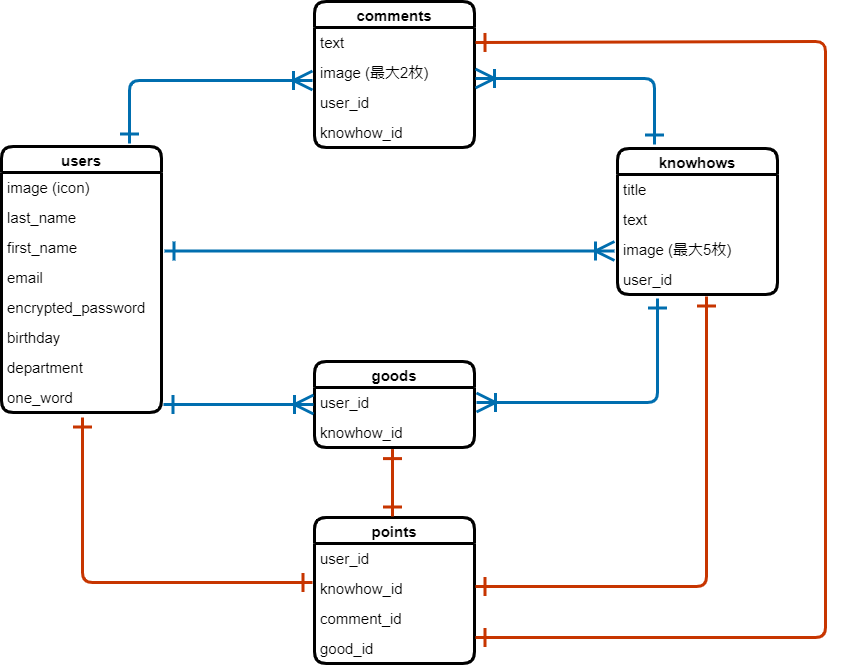
The draw.io diagram howto_share_db.png in Ninoyanen/Howto_Share, before a commit. Source tidied: cells renumbered, new cells last; positions are measured from the earlier drawing's top-left corner, leaving out a move shared by most shapes.
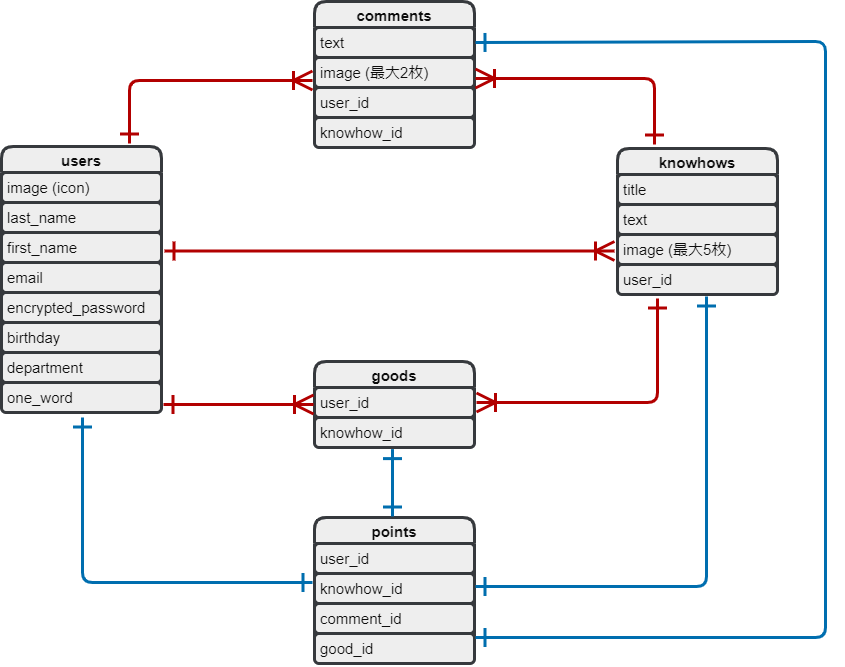
The same diagram one commit later.

What changed in the source:
```diff
@@ -2,94 +2,94 @@
   <root>
     <mxCell id="0" />
     <mxCell id="1" parent="0" />
-    <mxCell id="2" value="users" style="swimlane;fontStyle=1;horizontal=1;startSize=26;align=center;fontSize=15;strokeWidth=3;rounded=1;" parent="1" vertex="1">
+    <mxCell id="2" value="users" style="swimlane;fontStyle=1;horizontal=1;startSize=26;align=center;fontSize=15;strokeWidth=3;rounded=1;fillColor=#eeeeee;strokeColor=#36393d;fontColor=#0d0d0d;" parent="1" vertex="1">
       <mxGeometry y="145" width="160" height="266" as="geometry" />
     </mxCell>
-    <mxCell id="3" value="image (icon)" style="text;strokeColor=none;fillColor=none;spacingLeft=4;spacingRight=4;overflow=hidden;fontSize=15;strokeWidth=3;rounded=1;" parent="2" vertex="1">
+    <mxCell id="3" value="image (icon)" style="text;strokeColor=#36393d;fillColor=#eeeeee;spacingLeft=4;spacingRight=4;overflow=hidden;fontSize=15;strokeWidth=3;rounded=1;fontColor=#0d0d0d;" parent="2" vertex="1">
       <mxGeometry y="26" width="160" height="30" as="geometry" />
     </mxCell>
-    <mxCell id="4" value="last_name" style="text;strokeColor=none;fillColor=none;spacingLeft=4;spacingRight=4;overflow=hidden;fontSize=15;strokeWidth=3;rounded=1;" parent="2" vertex="1">
+    <mxCell id="4" value="last_name" style="text;strokeColor=#36393d;fillColor=#eeeeee;spacingLeft=4;spacingRight=4;overflow=hidden;fontSize=15;strokeWidth=3;rounded=1;fontColor=#0d0d0d;" parent="2" vertex="1">
       <mxGeometry y="56" width="160" height="30" as="geometry" />
     </mxCell>
-    <mxCell id="5" value="first_name" style="text;strokeColor=none;fillColor=none;spacingLeft=4;spacingRight=4;overflow=hidden;fontSize=15;strokeWidth=3;rounded=1;" parent="2" vertex="1">
+    <mxCell id="5" value="first_name" style="text;strokeColor=#36393d;fillColor=#eeeeee;spacingLeft=4;spacingRight=4;overflow=hidden;fontSize=15;strokeWidth=3;rounded=1;fontColor=#0d0d0d;" parent="2" vertex="1">
       <mxGeometry y="86" width="160" height="30" as="geometry" />
     </mxCell>
-    <mxCell id="6" value="email" style="text;strokeColor=none;fillColor=none;spacingLeft=4;spacingRight=4;overflow=hidden;fontSize=15;strokeWidth=3;rounded=1;" parent="2" vertex="1">
+    <mxCell id="6" value="email" style="text;strokeColor=#36393d;fillColor=#eeeeee;spacingLeft=4;spacingRight=4;overflow=hidden;fontSize=15;strokeWidth=3;rounded=1;fontColor=#0d0d0d;" parent="2" vertex="1">
       <mxGeometry y="116" width="160" height="30" as="geometry" />
     </mxCell>
-    <mxCell id="7" value="encrypted_password" style="text;strokeColor=none;fillColor=none;spacingLeft=4;spacingRight=4;overflow=hidden;fontSize=15;strokeWidth=3;rounded=1;" parent="2" vertex="1">
+    <mxCell id="7" value="encrypted_password" style="text;strokeColor=#36393d;fillColor=#eeeeee;spacingLeft=4;spacingRight=4;overflow=hidden;fontSize=15;strokeWidth=3;rounded=1;fontColor=#0d0d0d;" parent="2" vertex="1">
       <mxGeometry y="146" width="160" height="30" as="geometry" />
     </mxCell>
-    <mxCell id="8" value="birthday" style="text;strokeColor=none;fillColor=none;spacingLeft=4;spacingRight=4;overflow=hidden;fontSize=15;strokeWidth=3;rounded=1;" parent="2" vertex="1">
+    <mxCell id="8" value="birthday" style="text;strokeColor=#36393d;fillColor=#eeeeee;spacingLeft=4;spacingRight=4;overflow=hidden;fontSize=15;strokeWidth=3;rounded=1;fontColor=#0d0d0d;" parent="2" vertex="1">
       <mxGeometry y="176" width="160" height="30" as="geometry" />
     </mxCell>
-    <mxCell id="9" value="department" style="text;strokeColor=none;fillColor=none;spacingLeft=4;spacingRight=4;overflow=hidden;fontSize=15;strokeWidth=3;rounded=1;" parent="2" vertex="1">
+    <mxCell id="9" value="department" style="text;strokeColor=#36393d;fillColor=#eeeeee;spacingLeft=4;spacingRight=4;overflow=hidden;fontSize=15;strokeWidth=3;rounded=1;fontColor=#0d0d0d;" parent="2" vertex="1">
       <mxGeometry y="206" width="160" height="30" as="geometry" />
     </mxCell>
-    <mxCell id="10" value="one_word" style="text;strokeColor=none;fillColor=none;spacingLeft=4;spacingRight=4;overflow=hidden;fontSize=15;strokeWidth=3;rounded=1;" parent="2" vertex="1">
+    <mxCell id="10" value="one_word" style="text;strokeColor=#36393d;fillColor=#eeeeee;spacingLeft=4;spacingRight=4;overflow=hidden;fontSize=15;strokeWidth=3;rounded=1;fontColor=#0d0d0d;" parent="2" vertex="1">
       <mxGeometry y="236" width="160" height="30" as="geometry" />
     </mxCell>
-    <mxCell id="11" value="knowhows" style="swimlane;fontStyle=1;horizontal=1;startSize=26;align=center;fontSize=15;strokeWidth=3;rounded=1;" parent="1" vertex="1">
+    <mxCell id="11" value="knowhows" style="swimlane;fontStyle=1;horizontal=1;startSize=26;align=center;fontSize=15;strokeWidth=3;rounded=1;fillColor=#eeeeee;strokeColor=#36393d;fontColor=#0d0d0d;" parent="1" vertex="1">
       <mxGeometry x="616" y="147" width="160" height="146" as="geometry" />
     </mxCell>
-    <mxCell id="12" value="title" style="text;strokeColor=none;fillColor=none;spacingLeft=4;spacingRight=4;overflow=hidden;fontSize=15;strokeWidth=3;rounded=1;" parent="11" vertex="1">
+    <mxCell id="12" value="title" style="text;strokeColor=#36393d;fillColor=#eeeeee;spacingLeft=4;spacingRight=4;overflow=hidden;fontSize=15;strokeWidth=3;rounded=1;fontColor=#0d0d0d;" parent="11" vertex="1">
       <mxGeometry y="26" width="160" height="30" as="geometry" />
     </mxCell>
-    <mxCell id="13" value="text" style="text;strokeColor=none;fillColor=none;spacingLeft=4;spacingRight=4;overflow=hidden;fontSize=15;strokeWidth=3;rounded=1;" parent="11" vertex="1">
+    <mxCell id="13" value="text" style="text;strokeColor=#36393d;fillColor=#eeeeee;spacingLeft=4;spacingRight=4;overflow=hidden;fontSize=15;strokeWidth=3;rounded=1;fontColor=#0d0d0d;" parent="11" vertex="1">
       <mxGeometry y="56" width="160" height="30" as="geometry" />
     </mxCell>
-    <mxCell id="14" value="image (最大5枚)" style="text;strokeColor=none;fillColor=none;spacingLeft=4;spacingRight=4;overflow=hidden;fontSize=15;strokeWidth=3;rounded=1;" parent="11" vertex="1">
+    <mxCell id="14" value="image (最大5枚)" style="text;strokeColor=#36393d;fillColor=#eeeeee;spacingLeft=4;spacingRight=4;overflow=hidden;fontSize=15;strokeWidth=3;rounded=1;fontColor=#0d0d0d;" parent="11" vertex="1">
       <mxGeometry y="86" width="160" height="30" as="geometry" />
     </mxCell>
-    <mxCell id="15" value="user_id" style="text;strokeColor=none;fillColor=none;spacingLeft=4;spacingRight=4;overflow=hidden;fontSize=15;strokeWidth=3;rounded=1;" parent="11" vertex="1">
+    <mxCell id="15" value="user_id" style="text;strokeColor=#36393d;fillColor=#eeeeee;spacingLeft=4;spacingRight=4;overflow=hidden;fontSize=15;strokeWidth=3;rounded=1;fontColor=#0d0d0d;" parent="11" vertex="1">
       <mxGeometry y="116" width="160" height="30" as="geometry" />
     </mxCell>
-    <mxCell id="16" value="comments" style="swimlane;fontStyle=1;horizontal=1;startSize=26;align=center;fontSize=15;strokeWidth=3;rounded=1;" parent="1" vertex="1">
+    <mxCell id="16" value="comments" style="swimlane;fontStyle=1;horizontal=1;startSize=26;align=center;fontSize=15;strokeWidth=3;rounded=1;fillColor=#eeeeee;strokeColor=#36393d;fontColor=#0d0d0d;" parent="1" vertex="1">
       <mxGeometry x="313" width="160" height="146" as="geometry" />
     </mxCell>
-    <mxCell id="17" value="text" style="text;strokeColor=none;fillColor=none;spacingLeft=4;spacingRight=4;overflow=hidden;fontSize=15;strokeWidth=3;rounded=1;" parent="16" vertex="1">
+    <mxCell id="17" value="text" style="text;strokeColor=#36393d;fillColor=#eeeeee;spacingLeft=4;spacingRight=4;overflow=hidden;fontSize=15;strokeWidth=3;rounded=1;fontColor=#0d0d0d;" parent="16" vertex="1">
       <mxGeometry y="26" width="160" height="30" as="geometry" />
     </mxCell>
-    <mxCell id="18" value="image (最大2枚)" style="text;strokeColor=none;fillColor=none;spacingLeft=4;spacingRight=4;overflow=hidden;fontSize=15;strokeWidth=3;rounded=1;" parent="16" vertex="1">
+    <mxCell id="18" value="image (最大2枚)" style="text;strokeColor=#36393d;fillColor=#eeeeee;spacingLeft=4;spacingRight=4;overflow=hidden;fontSize=15;strokeWidth=3;rounded=1;fontColor=#0d0d0d;" parent="16" vertex="1">
       <mxGeometry y="56" width="160" height="30" as="geometry" />
     </mxCell>
-    <mxCell id="19" value="user_id" style="text;strokeColor=none;fillColor=none;spacingLeft=4;spacingRight=4;overflow=hidden;fontSize=15;strokeWidth=3;rounded=1;" parent="16" vertex="1">
+    <mxCell id="19" value="user_id" style="text;strokeColor=#36393d;fillColor=#eeeeee;spacingLeft=4;spacingRight=4;overflow=hidden;fontSize=15;strokeWidth=3;rounded=1;fontColor=#0d0d0d;" parent="16" vertex="1">
       <mxGeometry y="86" width="160" height="30" as="geometry" />
     </mxCell>
-    <mxCell id="20" value="knowhow_id" style="text;strokeColor=none;fillColor=none;spacingLeft=4;spacingRight=4;overflow=hidden;fontSize=15;strokeWidth=3;rounded=1;" parent="16" vertex="1">
+    <mxCell id="20" value="knowhow_id" style="text;strokeColor=#36393d;fillColor=#eeeeee;spacingLeft=4;spacingRight=4;overflow=hidden;fontSize=15;strokeWidth=3;rounded=1;fontColor=#0d0d0d;" parent="16" vertex="1">
       <mxGeometry y="116" width="160" height="30" as="geometry" />
     </mxCell>
-    <mxCell id="21" value="goods" style="swimlane;fontStyle=1;horizontal=1;startSize=26;align=center;fontSize=15;strokeWidth=3;rounded=1;" parent="1" vertex="1">
+    <mxCell id="21" value="goods" style="swimlane;fontStyle=1;horizontal=1;startSize=26;align=center;fontSize=15;strokeWidth=3;rounded=1;fillColor=#eeeeee;strokeColor=#36393d;fontColor=#0d0d0d;" parent="1" vertex="1">
       <mxGeometry x="313" y="360" width="160" height="86" as="geometry" />
     </mxCell>
-    <mxCell id="22" value="user_id" style="text;strokeColor=none;fillColor=none;spacingLeft=4;spacingRight=4;overflow=hidden;fontSize=15;strokeWidth=3;rounded=1;" parent="21" vertex="1">
+    <mxCell id="22" value="user_id" style="text;strokeColor=#36393d;fillColor=#eeeeee;spacingLeft=4;spacingRight=4;overflow=hidden;fontSize=15;strokeWidth=3;rounded=1;fontColor=#0d0d0d;" parent="21" vertex="1">
       <mxGeometry y="26" width="160" height="30" as="geometry" />
     </mxCell>
-    <mxCell id="23" value="knowhow_id" style="text;strokeColor=none;fillColor=none;spacingLeft=4;spacingRight=4;overflow=hidden;fontSize=15;strokeWidth=3;rounded=1;" parent="21" vertex="1">
+    <mxCell id="23" value="knowhow_id" style="text;strokeColor=#36393d;fillColor=#eeeeee;spacingLeft=4;spacingRight=4;overflow=hidden;fontSize=15;strokeWidth=3;rounded=1;fontColor=#0d0d0d;" parent="21" vertex="1">
       <mxGeometry y="56" width="160" height="30" as="geometry" />
     </mxCell>
-    <mxCell id="24" value="points" style="swimlane;fontStyle=1;horizontal=1;startSize=26;align=center;fontSize=15;strokeWidth=3;rounded=1;" parent="1" vertex="1">
+    <mxCell id="24" value="points" style="swimlane;fontStyle=1;horizontal=1;startSize=26;align=center;fontSize=15;strokeWidth=3;rounded=1;fillColor=#eeeeee;strokeColor=#36393d;fontColor=#0d0d0d;" parent="1" vertex="1">
       <mxGeometry x="313" y="516" width="160" height="146" as="geometry" />
     </mxCell>
-    <mxCell id="25" value="user_id " style="text;strokeColor=none;fillColor=none;spacingLeft=4;spacingRight=4;overflow=hidden;fontSize=15;strokeWidth=3;rounded=1;" parent="24" vertex="1">
+    <mxCell id="25" value="user_id " style="text;strokeColor=#36393d;fillColor=#eeeeee;spacingLeft=4;spacingRight=4;overflow=hidden;fontSize=15;strokeWidth=3;rounded=1;fontColor=#0d0d0d;" parent="24" vertex="1">
       <mxGeometry y="26" width="160" height="30" as="geometry" />
     </mxCell>
-    <mxCell id="26" value="knowhow_id" style="text;strokeColor=none;fillColor=none;spacingLeft=4;spacingRight=4;overflow=hidden;fontSize=15;strokeWidth=3;rounded=1;" parent="24" vertex="1">
+    <mxCell id="26" value="knowhow_id" style="text;strokeColor=#36393d;fillColor=#eeeeee;spacingLeft=4;spacingRight=4;overflow=hidden;fontSize=15;strokeWidth=3;rounded=1;fontColor=#0d0d0d;" parent="24" vertex="1">
       <mxGeometry y="56" width="160" height="30" as="geometry" />
     </mxCell>
-    <mxCell id="27" value="comment_id" style="text;strokeColor=none;fillColor=none;spacingLeft=4;spacingRight=4;overflow=hidden;fontSize=15;strokeWidth=3;rounded=1;" parent="24" vertex="1">
+    <mxCell id="27" value="comment_id" style="text;strokeColor=#36393d;fillColor=#eeeeee;spacingLeft=4;spacingRight=4;overflow=hidden;fontSize=15;strokeWidth=3;rounded=1;fontColor=#0d0d0d;" parent="24" vertex="1">
       <mxGeometry y="86" width="160" height="30" as="geometry" />
     </mxCell>
-    <mxCell id="28" value="good_id" style="text;strokeColor=none;fillColor=none;spacingLeft=4;spacingRight=4;overflow=hidden;fontSize=15;strokeWidth=3;rounded=1;" parent="24" vertex="1">
+    <mxCell id="28" value="good_id" style="text;strokeColor=#36393d;fillColor=#eeeeee;spacingLeft=4;spacingRight=4;overflow=hidden;fontSize=15;strokeWidth=3;rounded=1;fontColor=#0d0d0d;" parent="24" vertex="1">
       <mxGeometry y="116" width="160" height="30" as="geometry" />
     </mxCell>
-    <mxCell id="29" style="fontSize=15;html=1;endArrow=ERoneToMany;strokeWidth=3;endSize=15;startSize=15;targetPerimeterSpacing=0;startArrow=ERone;startFill=0;fillColor=#1ba1e2;strokeColor=#006EAF;" parent="1" edge="1">
+    <mxCell id="29" style="fontSize=15;html=1;endArrow=ERoneToMany;strokeWidth=3;endSize=15;startSize=15;targetPerimeterSpacing=0;startArrow=ERone;startFill=0;fillColor=#e51400;strokeColor=#B20000;fontColor=#0d0d0d;" parent="1" edge="1">
       <mxGeometry relative="1" as="geometry">
         <mxPoint x="162" y="403" as="sourcePoint" />
         <mxPoint x="312" y="403" as="targetPoint" />
       </mxGeometry>
     </mxCell>
-    <mxCell id="30" style="fontSize=15;html=1;endArrow=ERoneToMany;edgeStyle=orthogonalEdgeStyle;strokeWidth=3;endSize=15;startSize=15;targetPerimeterSpacing=0;startArrow=ERone;startFill=0;fillColor=#1ba1e2;strokeColor=#006EAF;" parent="1" edge="1">
+    <mxCell id="30" style="fontSize=15;html=1;endArrow=ERoneToMany;edgeStyle=orthogonalEdgeStyle;strokeWidth=3;endSize=15;startSize=15;targetPerimeterSpacing=0;startArrow=ERone;startFill=0;fillColor=#e51400;strokeColor=#B20000;fontColor=#0d0d0d;" parent="1" edge="1">
       <mxGeometry relative="1" as="geometry">
         <mxPoint x="656" y="297" as="sourcePoint" />
         <mxPoint x="475" y="401" as="targetPoint" />
@@ -99,13 +99,13 @@
         </Array>
       </mxGeometry>
     </mxCell>
-    <mxCell id="31" style="fontSize=15;html=1;endArrow=ERoneToMany;fontStyle=0;strokeWidth=3;startArrow=ERone;startFill=0;endSize=15;startSize=15;targetPerimeterSpacing=0;fillColor=#1ba1e2;strokeColor=#006EAF;" parent="1" edge="1">
+    <mxCell id="31" style="fontSize=15;html=1;endArrow=ERoneToMany;fontStyle=0;strokeWidth=3;startArrow=ERone;startFill=0;endSize=15;startSize=15;targetPerimeterSpacing=0;fillColor=#e51400;strokeColor=#B20000;fontColor=#0d0d0d;" parent="1" edge="1">
       <mxGeometry relative="1" as="geometry">
         <mxPoint x="163" y="249.5" as="sourcePoint" />
         <mxPoint x="613" y="249.5" as="targetPoint" />
       </mxGeometry>
     </mxCell>
-    <mxCell id="32" style="fontSize=15;html=1;endArrow=ERoneToMany;edgeStyle=orthogonalEdgeStyle;strokeWidth=3;endSize=15;startSize=15;targetPerimeterSpacing=0;startArrow=ERone;startFill=0;fillColor=#1ba1e2;strokeColor=#006EAF;" parent="1" edge="1">
+    <mxCell id="32" style="fontSize=15;html=1;endArrow=ERoneToMany;edgeStyle=orthogonalEdgeStyle;strokeWidth=3;endSize=15;startSize=15;targetPerimeterSpacing=0;startArrow=ERone;startFill=0;fillColor=#e51400;strokeColor=#B20000;fontColor=#0d0d0d;" parent="1" edge="1">
       <mxGeometry relative="1" as="geometry">
         <mxPoint x="128" y="142" as="sourcePoint" />
         <mxPoint x="311" y="79" as="targetPoint" />
@@ -115,7 +115,7 @@
         </Array>
       </mxGeometry>
     </mxCell>
-    <mxCell id="33" style="fontSize=15;html=1;endArrow=ERoneToMany;edgeStyle=orthogonalEdgeStyle;strokeWidth=3;endSize=15;startSize=15;targetPerimeterSpacing=0;startArrow=ERone;startFill=0;fillColor=#1ba1e2;strokeColor=#006EAF;" parent="1" edge="1">
+    <mxCell id="33" style="fontSize=15;html=1;endArrow=ERoneToMany;edgeStyle=orthogonalEdgeStyle;strokeWidth=3;endSize=15;startSize=15;targetPerimeterSpacing=0;startArrow=ERone;startFill=0;fillColor=#e51400;strokeColor=#B20000;fontColor=#0d0d0d;" parent="1" edge="1">
       <mxGeometry relative="1" as="geometry">
         <mxPoint x="653" y="143" as="sourcePoint" />
         <mxPoint x="474" y="77" as="targetPoint" />
@@ -124,7 +124,7 @@
         </Array>
       </mxGeometry>
     </mxCell>
-    <mxCell id="34" style="edgeStyle=orthogonalEdgeStyle;fontSize=15;html=1;endArrow=ERone;startArrow=ERone;strokeWidth=3;startSize=15;endSize=15;targetPerimeterSpacing=0;elbow=vertical;startFill=0;endFill=0;fillColor=#fa6800;strokeColor=#C73500;" parent="1" edge="1">
+    <mxCell id="34" style="edgeStyle=orthogonalEdgeStyle;fontSize=15;html=1;endArrow=ERone;startArrow=ERone;strokeWidth=3;startSize=15;endSize=15;targetPerimeterSpacing=0;elbow=vertical;startFill=0;endFill=0;fillColor=#1ba1e2;strokeColor=#006EAF;fontColor=#0d0d0d;" parent="1" edge="1">
       <mxGeometry relative="1" as="geometry">
         <mxPoint x="474" y="585" as="sourcePoint" />
         <mxPoint x="705" y="295" as="targetPoint" />
@@ -134,7 +134,7 @@
         </Array>
       </mxGeometry>
     </mxCell>
-    <mxCell id="35" style="edgeStyle=orthogonalEdgeStyle;fontSize=15;html=1;endArrow=ERone;startArrow=ERone;strokeWidth=3;startSize=15;endSize=15;targetPerimeterSpacing=0;elbow=vertical;startFill=0;endFill=0;fillColor=#fa6800;strokeColor=#C73500;" parent="1" edge="1">
+    <mxCell id="35" style="edgeStyle=orthogonalEdgeStyle;fontSize=15;html=1;endArrow=ERone;startArrow=ERone;strokeWidth=3;startSize=15;endSize=15;targetPerimeterSpacing=0;elbow=vertical;startFill=0;endFill=0;fillColor=#1ba1e2;strokeColor=#006EAF;fontColor=#0d0d0d;" parent="1" edge="1">
       <mxGeometry relative="1" as="geometry">
         <mxPoint x="311" y="581" as="sourcePoint" />
         <mxPoint x="81" y="416" as="targetPoint" />
@@ -143,13 +143,13 @@
         </Array>
       </mxGeometry>
     </mxCell>
-    <mxCell id="36" style="fontSize=15;html=1;endArrow=ERone;startArrow=ERone;strokeWidth=3;startSize=15;endSize=15;targetPerimeterSpacing=0;elbow=vertical;startFill=0;endFill=0;entryX=0.925;entryY=0.987;entryDx=0;entryDy=0;entryPerimeter=0;fillColor=#fa6800;strokeColor=#C73500;" parent="1" edge="1">
+    <mxCell id="36" style="fontSize=15;html=1;endArrow=ERone;startArrow=ERone;strokeWidth=3;startSize=15;endSize=15;targetPerimeterSpacing=0;elbow=vertical;startFill=0;endFill=0;entryX=0.925;entryY=0.987;entryDx=0;entryDy=0;entryPerimeter=0;fillColor=#1ba1e2;strokeColor=#006EAF;fontColor=#0d0d0d;" parent="1" edge="1">
       <mxGeometry relative="1" as="geometry">
         <mxPoint x="391" y="515" as="sourcePoint" />
         <mxPoint x="391" y="447.6" as="targetPoint" />
       </mxGeometry>
     </mxCell>
-    <mxCell id="37" style="edgeStyle=orthogonalEdgeStyle;fontSize=15;html=1;endArrow=ERone;startArrow=ERone;strokeWidth=3;startSize=15;endSize=15;targetPerimeterSpacing=0;elbow=vertical;startFill=0;endFill=0;entryX=1;entryY=0.5;entryDx=0;entryDy=0;fillColor=#fa6800;strokeColor=#C73500;" parent="1" edge="1">
+    <mxCell id="37" style="edgeStyle=orthogonalEdgeStyle;fontSize=15;html=1;endArrow=ERone;startArrow=ERone;strokeWidth=3;startSize=15;endSize=15;targetPerimeterSpacing=0;elbow=vertical;startFill=0;endFill=0;entryX=1;entryY=0.5;entryDx=0;entryDy=0;fillColor=#1ba1e2;strokeColor=#006EAF;fontColor=#0d0d0d;" parent="1" edge="1">
       <mxGeometry relative="1" as="geometry">
         <mxPoint x="474" y="636" as="sourcePoint" />
         <mxPoint x="474" y="41" as="targetPoint" />
```
